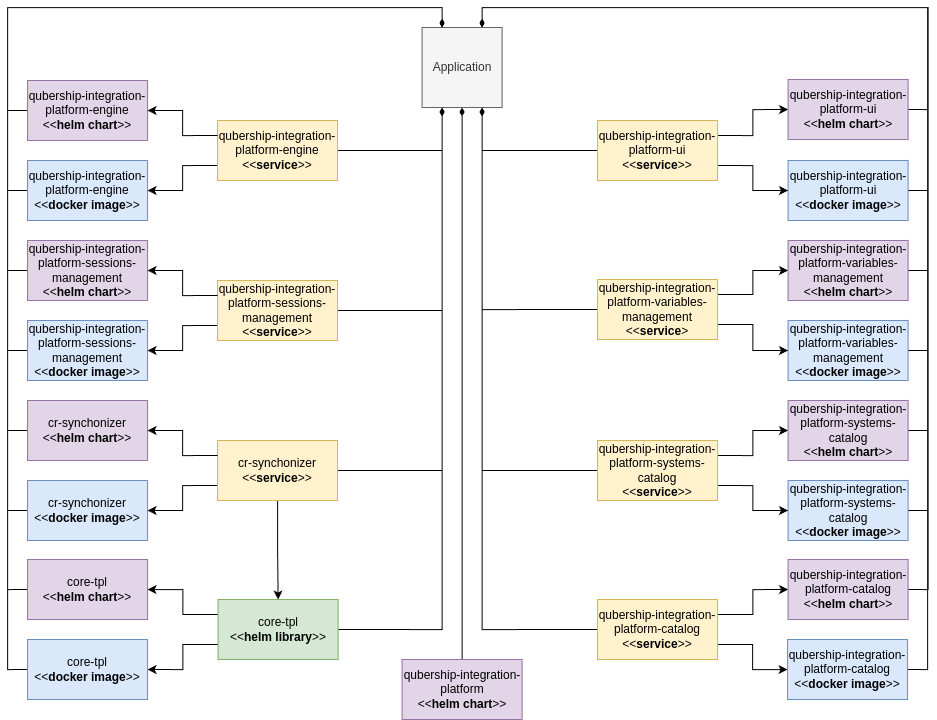
Before: docs/images/qip-application-manifest.drawio.png, a diagram exported from draw.io (sivareddyit/qubership-envgene). Source tidied: cells renumbered, new cells last; positions are measured from the earlier drawing's top-left corner, leaving out a move shared by most shapes.
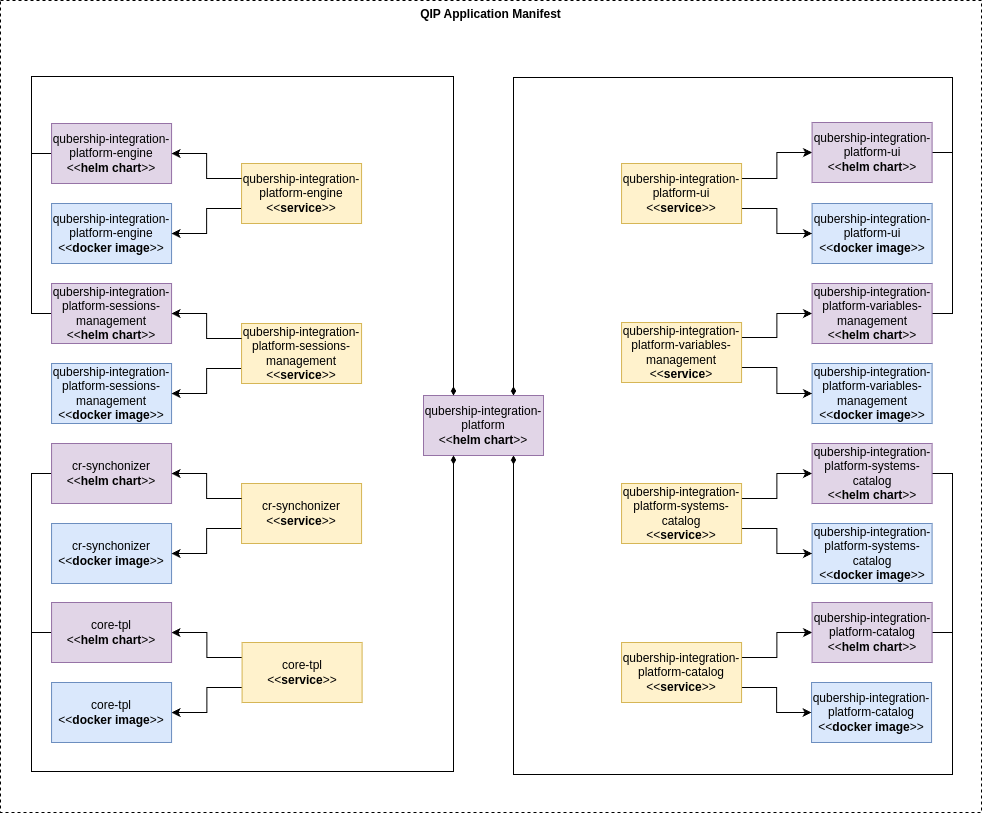
After the change.

Diff of the diagram source:
```diff
@@ -4,5 +4,5 @@
     <mxCell id="1" parent="0" />
-    <mxCell id="2" style="edgeStyle=orthogonalEdgeStyle;rounded=0;jettySize=auto;html=1;exitX=1;exitY=0.5;exitDx=0;exitDy=0;entryX=0.75;entryY=0;entryDx=0;entryDy=0;endArrow=diamondThin;endFill=1;" parent="1" edge="1" source="3" target="67">
-      <mxGeometry relative="1" as="geometry" />
-    </mxCell>
+    <mxCell id="70" value="&lt;b&gt;QIP Application Manifest&lt;/b&gt;" style="rounded=0;whiteSpace=wrap;html=1;verticalAlign=top;fillColor=none;dashed=1;" parent="1" vertex="1">
+      <mxGeometry x="-51" y="-70" width="981" height="812" as="geometry" />
+    </mxCell>
     <mxCell id="3" value="&lt;div&gt;qubership-integration-platform-ui&lt;/div&gt;&amp;lt;&amp;lt;&lt;b&gt;docker image&lt;/b&gt;&amp;gt;&amp;gt;" style="rounded=0;whiteSpace=wrap;html=1;fillColor=#dae8fc;strokeColor=#6c8ebf;" parent="1" vertex="1">
@@ -13,5 +13,11 @@
     </mxCell>
-    <mxCell id="5" style="edgeStyle=orthogonalEdgeStyle;rounded=0;jettySize=auto;html=1;exitX=1;exitY=0.5;exitDx=0;exitDy=0;entryX=0.75;entryY=0;entryDx=0;entryDy=0;endArrow=diamondThin;endFill=1;" parent="1" edge="1" source="6" target="67">
-      <mxGeometry relative="1" as="geometry" />
-    </mxCell>
+    <mxCell id="71" style="edgeStyle=orthogonalEdgeStyle;rounded=0;jettySize=auto;html=1;exitX=1;exitY=0.5;exitDx=0;exitDy=0;entryX=0.75;entryY=0;entryDx=0;entryDy=0;endArrow=diamondThin;endFill=1;" parent="1" edge="1" source="6" target="42">
+      <mxGeometry relative="1" as="geometry">
+        <Array as="points">
+          <mxPoint x="901" y="82" />
+          <mxPoint x="901" y="7" />
+          <mxPoint x="462" y="7" />
+        </Array>
+      </mxGeometry>
+    </mxCell>
     <mxCell id="6" value="&lt;div&gt;qubership-integration-platform-ui&lt;/div&gt;&amp;lt;&amp;lt;&lt;b&gt;helm chart&lt;/b&gt;&amp;gt;&amp;gt;" style="rounded=0;whiteSpace=wrap;html=1;fillColor=#e1d5e7;strokeColor=#9673a6;" parent="1" vertex="1">
@@ -19,5 +25,2 @@
     </mxCell>
-    <mxCell id="7" style="edgeStyle=orthogonalEdgeStyle;rounded=0;jettySize=auto;html=1;exitX=1;exitY=0.5;exitDx=0;exitDy=0;entryX=0.75;entryY=0;entryDx=0;entryDy=0;endArrow=diamondThin;endFill=1;" parent="1" edge="1" source="8" target="67">
-      <mxGeometry relative="1" as="geometry" />
-    </mxCell>
     <mxCell id="8" value="&lt;div&gt;qubership-integration-platform-variables-management&lt;/div&gt;&amp;lt;&amp;lt;&lt;b&gt;docker image&lt;/b&gt;&amp;gt;&amp;gt;" style="rounded=0;whiteSpace=wrap;html=1;fillColor=#dae8fc;strokeColor=#6c8ebf;" parent="1" vertex="1">
@@ -28,5 +31,11 @@
     </mxCell>
-    <mxCell id="10" style="edgeStyle=orthogonalEdgeStyle;rounded=0;jettySize=auto;html=1;exitX=1;exitY=0.5;exitDx=0;exitDy=0;entryX=0.75;entryY=0;entryDx=0;entryDy=0;endArrow=diamondThin;endFill=1;" parent="1" edge="1" source="11" target="67">
-      <mxGeometry relative="1" as="geometry" />
-    </mxCell>
+    <mxCell id="72" style="edgeStyle=orthogonalEdgeStyle;rounded=0;jettySize=auto;html=1;exitX=1;exitY=0.5;exitDx=0;exitDy=0;entryX=0.75;entryY=0;entryDx=0;entryDy=0;endArrow=diamondThin;endFill=1;" parent="1" edge="1" source="11" target="42">
+      <mxGeometry relative="1" as="geometry">
+        <Array as="points">
+          <mxPoint x="901" y="243" />
+          <mxPoint x="901" y="7" />
+          <mxPoint x="462" y="7" />
+        </Array>
+      </mxGeometry>
+    </mxCell>
     <mxCell id="11" value="&lt;div&gt;qubership-integration-platform-variables-management&lt;/div&gt;&amp;lt;&amp;lt;&lt;b&gt;helm chart&lt;/b&gt;&amp;gt;&amp;gt;" style="rounded=0;whiteSpace=wrap;html=1;fillColor=#e1d5e7;strokeColor=#9673a6;" parent="1" vertex="1">
@@ -34,5 +43,2 @@
     </mxCell>
-    <mxCell id="12" style="edgeStyle=orthogonalEdgeStyle;rounded=0;jettySize=auto;html=1;exitX=1;exitY=0.5;exitDx=0;exitDy=0;entryX=0.75;entryY=0;entryDx=0;entryDy=0;endArrow=diamondThin;endFill=1;" parent="1" edge="1" source="13" target="67">
-      <mxGeometry relative="1" as="geometry" />
-    </mxCell>
     <mxCell id="13" value="&lt;div&gt;qubership-integration-platform-systems-catalog&lt;/div&gt;&amp;lt;&amp;lt;&lt;b&gt;docker image&lt;/b&gt;&amp;gt;&amp;gt;" style="rounded=0;whiteSpace=wrap;html=1;fillColor=#dae8fc;strokeColor=#6c8ebf;" parent="1" vertex="1">
@@ -43,5 +49,11 @@
     </mxCell>
-    <mxCell id="15" style="edgeStyle=orthogonalEdgeStyle;rounded=0;jettySize=auto;html=1;exitX=1;exitY=0.5;exitDx=0;exitDy=0;entryX=0.75;entryY=0;entryDx=0;entryDy=0;endArrow=diamondThin;endFill=1;" parent="1" edge="1" source="16" target="67">
-      <mxGeometry relative="1" as="geometry" />
-    </mxCell>
+    <mxCell id="73" style="edgeStyle=orthogonalEdgeStyle;rounded=0;jettySize=auto;html=1;exitX=1;exitY=0.5;exitDx=0;exitDy=0;entryX=0.75;entryY=1;entryDx=0;entryDy=0;endArrow=diamondThin;endFill=1;" parent="1" edge="1" source="16" target="42">
+      <mxGeometry relative="1" as="geometry">
+        <Array as="points">
+          <mxPoint x="901" y="403" />
+          <mxPoint x="901" y="704" />
+          <mxPoint x="462" y="704" />
+        </Array>
+      </mxGeometry>
+    </mxCell>
     <mxCell id="16" value="&lt;div&gt;qubership-integration-platform-systems-catalog&lt;/div&gt;&amp;lt;&amp;lt;&lt;b&gt;helm chart&lt;/b&gt;&amp;gt;&amp;gt;" style="rounded=0;whiteSpace=wrap;html=1;fillColor=#e1d5e7;strokeColor=#9673a6;" parent="1" vertex="1">
@@ -49,5 +61,2 @@
     </mxCell>
-    <mxCell id="17" style="edgeStyle=orthogonalEdgeStyle;rounded=0;jettySize=auto;html=1;exitX=1;exitY=0.5;exitDx=0;exitDy=0;entryX=0.75;entryY=0;entryDx=0;entryDy=0;endArrow=diamondThin;endFill=1;" parent="1" edge="1" source="18" target="67">
-      <mxGeometry relative="1" as="geometry" />
-    </mxCell>
     <mxCell id="18" value="&lt;div&gt;qubership-integration-platform-catalog&lt;/div&gt;&amp;lt;&amp;lt;&lt;b&gt;docker image&lt;/b&gt;&amp;gt;&amp;gt;" style="rounded=0;whiteSpace=wrap;html=1;fillColor=#dae8fc;strokeColor=#6c8ebf;" parent="1" vertex="1">
@@ -58,5 +67,11 @@
     </mxCell>
-    <mxCell id="20" style="edgeStyle=orthogonalEdgeStyle;rounded=0;jettySize=auto;html=1;exitX=1;exitY=0.5;exitDx=0;exitDy=0;entryX=0.75;entryY=0;entryDx=0;entryDy=0;endArrow=diamondThin;endFill=1;" parent="1" edge="1" source="21" target="67">
-      <mxGeometry relative="1" as="geometry" />
-    </mxCell>
+    <mxCell id="74" style="edgeStyle=orthogonalEdgeStyle;rounded=0;jettySize=auto;html=1;exitX=1;exitY=0.5;exitDx=0;exitDy=0;entryX=0.75;entryY=1;entryDx=0;entryDy=0;endArrow=diamondThin;endFill=1;" parent="1" edge="1" source="21" target="42">
+      <mxGeometry relative="1" as="geometry">
+        <Array as="points">
+          <mxPoint x="901" y="562" />
+          <mxPoint x="901" y="704" />
+          <mxPoint x="462" y="704" />
+        </Array>
+      </mxGeometry>
+    </mxCell>
     <mxCell id="21" value="&lt;div&gt;qubership-integration-platform-catalog&lt;/div&gt;&amp;lt;&amp;lt;&lt;b&gt;helm chart&lt;/b&gt;&amp;gt;&amp;gt;" style="rounded=0;whiteSpace=wrap;html=1;fillColor=#e1d5e7;strokeColor=#9673a6;" parent="1" vertex="1">
@@ -64,5 +79,2 @@
     </mxCell>
-    <mxCell id="22" style="edgeStyle=orthogonalEdgeStyle;rounded=0;jettySize=auto;html=1;exitX=0;exitY=0.5;exitDx=0;exitDy=0;entryX=0.25;entryY=0;entryDx=0;entryDy=0;endArrow=diamondThin;endFill=1;" parent="1" edge="1" source="23" target="67">
-      <mxGeometry relative="1" as="geometry" />
-    </mxCell>
     <mxCell id="23" value="&lt;div&gt;qubership-integration-platform-engine&lt;/div&gt;&amp;lt;&amp;lt;&lt;b&gt;docker image&lt;/b&gt;&amp;gt;&amp;gt;" style="rounded=0;whiteSpace=wrap;html=1;fillColor=#dae8fc;strokeColor=#6c8ebf;" parent="1" vertex="1">
@@ -70,5 +82,11 @@
     </mxCell>
-    <mxCell id="24" style="edgeStyle=orthogonalEdgeStyle;rounded=0;jettySize=auto;html=1;exitX=0;exitY=0.5;exitDx=0;exitDy=0;entryX=0.25;entryY=0;entryDx=0;entryDy=0;endArrow=diamondThin;endFill=1;" parent="1" edge="1" source="25" target="67">
-      <mxGeometry relative="1" as="geometry" />
-    </mxCell>
+    <mxCell id="75" style="edgeStyle=orthogonalEdgeStyle;rounded=0;jettySize=auto;html=1;exitX=0;exitY=0.5;exitDx=0;exitDy=0;entryX=0.25;entryY=0;entryDx=0;entryDy=0;endArrow=diamondThin;endFill=1;" parent="1" edge="1" source="25" target="42">
+      <mxGeometry relative="1" as="geometry">
+        <Array as="points">
+          <mxPoint x="-20" y="83" />
+          <mxPoint x="-20" y="6" />
+          <mxPoint x="402" y="6" />
+        </Array>
+      </mxGeometry>
+    </mxCell>
     <mxCell id="25" value="&lt;div&gt;qubership-integration-platform-engine&lt;/div&gt;&amp;lt;&amp;lt;&lt;b&gt;helm chart&lt;/b&gt;&amp;gt;&amp;gt;" style="rounded=0;whiteSpace=wrap;html=1;fillColor=#e1d5e7;strokeColor=#9673a6;" parent="1" vertex="1">
@@ -79,5 +97,2 @@
     </mxCell>
-    <mxCell id="27" style="edgeStyle=orthogonalEdgeStyle;rounded=0;jettySize=auto;html=1;exitX=0;exitY=0.5;exitDx=0;exitDy=0;entryX=0.75;entryY=1;entryDx=0;entryDy=0;endArrow=diamondThin;endFill=1;" parent="1" edge="1" source="28" target="67">
-      <mxGeometry relative="1" as="geometry" />
-    </mxCell>
     <mxCell id="28" value="&lt;div&gt;qubership-integration-platform-ui&lt;/div&gt;&amp;lt;&amp;lt;&lt;b&gt;service&lt;/b&gt;&amp;gt;&amp;gt;" style="rounded=0;whiteSpace=wrap;html=1;fillColor=#fff2cc;strokeColor=#d6b656;" parent="1" vertex="1">
@@ -88,5 +103,2 @@
     </mxCell>
-    <mxCell id="30" style="edgeStyle=orthogonalEdgeStyle;rounded=0;jettySize=auto;html=1;exitX=0;exitY=0.5;exitDx=0;exitDy=0;entryX=0.75;entryY=1;entryDx=0;entryDy=0;endArrow=diamondThin;endFill=1;" parent="1" edge="1" source="31" target="67">
-      <mxGeometry relative="1" as="geometry" />
-    </mxCell>
     <mxCell id="31" value="&lt;div&gt;qubership-integration-platform-variables-management&lt;/div&gt;&amp;lt;&amp;lt;&lt;b&gt;service&lt;/b&gt;&amp;gt;" style="rounded=0;whiteSpace=wrap;html=1;fillColor=#fff2cc;strokeColor=#d6b656;" parent="1" vertex="1">
@@ -97,5 +109,2 @@
     </mxCell>
-    <mxCell id="33" style="edgeStyle=orthogonalEdgeStyle;rounded=0;jettySize=auto;html=1;exitX=0;exitY=0.5;exitDx=0;exitDy=0;entryX=0.75;entryY=1;entryDx=0;entryDy=0;endArrow=diamondThin;endFill=1;" parent="1" edge="1" source="34" target="67">
-      <mxGeometry relative="1" as="geometry" />
-    </mxCell>
     <mxCell id="34" value="&lt;div&gt;qubership-integration-platform-systems-catalog&lt;/div&gt;&amp;lt;&amp;lt;&lt;b&gt;service&lt;/b&gt;&amp;gt;&amp;gt;" style="rounded=0;whiteSpace=wrap;html=1;fillColor=#fff2cc;strokeColor=#d6b656;" parent="1" vertex="1">
@@ -106,5 +115,2 @@
     </mxCell>
-    <mxCell id="36" style="edgeStyle=orthogonalEdgeStyle;rounded=0;jettySize=auto;html=1;exitX=0;exitY=0.5;exitDx=0;exitDy=0;entryX=0.75;entryY=1;entryDx=0;entryDy=0;endArrow=diamondThin;endFill=1;" parent="1" edge="1" source="37" target="67">
-      <mxGeometry relative="1" as="geometry" />
-    </mxCell>
     <mxCell id="37" value="&lt;div&gt;qubership-integration-platform-catalog&lt;/div&gt;&amp;lt;&amp;lt;&lt;b&gt;service&lt;/b&gt;&amp;gt;&amp;gt;" style="rounded=0;whiteSpace=wrap;html=1;fillColor=#fff2cc;strokeColor=#d6b656;" parent="1" vertex="1">
@@ -115,5 +121,2 @@
     </mxCell>
-    <mxCell id="39" style="edgeStyle=orthogonalEdgeStyle;rounded=0;jettySize=auto;html=1;exitX=1;exitY=0.5;exitDx=0;exitDy=0;entryX=0.25;entryY=1;entryDx=0;entryDy=0;endArrow=diamondThin;endFill=1;" parent="1" edge="1" source="40" target="67">
-      <mxGeometry relative="1" as="geometry" />
-    </mxCell>
     <mxCell id="40" value="&lt;div&gt;qubership-integration-platform-engine&lt;/div&gt;&amp;lt;&amp;lt;&lt;b&gt;service&lt;/b&gt;&amp;gt;&amp;gt;" style="rounded=0;whiteSpace=wrap;html=1;fillColor=#fff2cc;strokeColor=#d6b656;" parent="1" vertex="1">
@@ -121,7 +124,4 @@
     </mxCell>
-    <mxCell id="41" style="edgeStyle=orthogonalEdgeStyle;rounded=0;jettySize=auto;html=1;entryX=0.5;entryY=1;entryDx=0;entryDy=0;endArrow=diamondThin;endFill=1;" parent="1" edge="1" source="42" target="67">
-      <mxGeometry relative="1" as="geometry" />
-    </mxCell>
     <mxCell id="42" value="&lt;div&gt;qubership-integration-platform&lt;/div&gt;&amp;lt;&amp;lt;&lt;b&gt;helm chart&lt;/b&gt;&amp;gt;&amp;gt;" style="rounded=0;whiteSpace=wrap;html=1;fillColor=#e1d5e7;strokeColor=#9673a6;" parent="1" vertex="1">
-      <mxGeometry x="374.6" y="632" width="120" height="60" as="geometry" />
+      <mxGeometry x="372" y="325" width="120" height="60" as="geometry" />
     </mxCell>
@@ -133,11 +133,5 @@
     </mxCell>
-    <mxCell id="45" style="edgeStyle=orthogonalEdgeStyle;rounded=0;jettySize=auto;html=1;exitX=1;exitY=0.5;exitDx=0;exitDy=0;entryX=0.25;entryY=1;entryDx=0;entryDy=0;endArrow=diamondThin;endFill=1;" parent="1" edge="1" source="46" target="67">
-      <mxGeometry relative="1" as="geometry" />
-    </mxCell>
-    <mxCell id="46" value="&lt;div&gt;core-tpl&lt;/div&gt;&amp;lt;&amp;lt;&lt;b&gt;helm library&lt;/b&gt;&amp;gt;&amp;gt;" style="rounded=0;whiteSpace=wrap;html=1;fillColor=#d5e8d4;strokeColor=#82b366;" parent="1" vertex="1">
+    <mxCell id="46" value="&lt;div&gt;core-tpl&lt;/div&gt;&amp;lt;&amp;lt;&lt;b&gt;service&lt;/b&gt;&amp;gt;&amp;gt;" style="rounded=0;whiteSpace=wrap;html=1;fillColor=#fff2cc;strokeColor=#d6b656;" parent="1" vertex="1">
       <mxGeometry x="190.6" y="572" width="120" height="60" as="geometry" />
     </mxCell>
-    <mxCell id="47" style="edgeStyle=orthogonalEdgeStyle;rounded=0;jettySize=auto;html=1;exitX=0;exitY=0.5;exitDx=0;exitDy=0;entryX=0.25;entryY=0;entryDx=0;entryDy=0;endArrow=diamondThin;endFill=1;" parent="1" edge="1" source="48" target="67">
-      <mxGeometry relative="1" as="geometry" />
-    </mxCell>
     <mxCell id="48" value="&lt;div&gt;core-tpl&lt;/div&gt;&amp;lt;&amp;lt;&lt;b&gt;docker image&lt;/b&gt;&amp;gt;&amp;gt;" style="rounded=0;whiteSpace=wrap;html=1;fillColor=#dae8fc;strokeColor=#6c8ebf;" parent="1" vertex="1">
@@ -148,5 +142,2 @@
     </mxCell>
-    <mxCell id="50" style="edgeStyle=orthogonalEdgeStyle;rounded=0;jettySize=auto;html=1;exitX=0;exitY=0.5;exitDx=0;exitDy=0;entryX=0.25;entryY=0;entryDx=0;entryDy=0;endArrow=diamondThin;endFill=1;" parent="1" edge="1" source="51" target="67">
-      <mxGeometry relative="1" as="geometry" />
-    </mxCell>
     <mxCell id="51" value="&lt;div&gt;qubership-integration-platform-sessions-management&lt;/div&gt;&amp;lt;&amp;lt;&lt;b&gt;docker image&lt;/b&gt;&amp;gt;&amp;gt;" style="rounded=0;whiteSpace=wrap;html=1;fillColor=#dae8fc;strokeColor=#6c8ebf;" parent="1" vertex="1">
@@ -154,5 +145,11 @@
     </mxCell>
-    <mxCell id="52" style="edgeStyle=orthogonalEdgeStyle;rounded=0;jettySize=auto;html=1;exitX=0;exitY=0.5;exitDx=0;exitDy=0;entryX=0.25;entryY=0;entryDx=0;entryDy=0;endArrow=diamondThin;endFill=1;" parent="1" edge="1" source="53" target="67">
-      <mxGeometry relative="1" as="geometry" />
-    </mxCell>
+    <mxCell id="76" style="edgeStyle=orthogonalEdgeStyle;rounded=0;jettySize=auto;html=1;exitX=0;exitY=0.5;exitDx=0;exitDy=0;entryX=0.25;entryY=0;entryDx=0;entryDy=0;endArrow=diamondThin;endFill=1;" parent="1" edge="1" source="53" target="42">
+      <mxGeometry relative="1" as="geometry">
+        <Array as="points">
+          <mxPoint x="-20" y="243" />
+          <mxPoint x="-20" y="6" />
+          <mxPoint x="402" y="6" />
+        </Array>
+      </mxGeometry>
+    </mxCell>
     <mxCell id="53" value="&lt;div&gt;qubership-integration-platform-sessions-management&lt;/div&gt;&amp;lt;&amp;lt;&lt;b&gt;helm chart&lt;/b&gt;&amp;gt;&amp;gt;" style="rounded=0;whiteSpace=wrap;html=1;fillColor=#e1d5e7;strokeColor=#9673a6;" parent="1" vertex="1">
@@ -163,5 +160,2 @@
     </mxCell>
-    <mxCell id="55" style="edgeStyle=orthogonalEdgeStyle;rounded=0;jettySize=auto;html=1;exitX=1;exitY=0.5;exitDx=0;exitDy=0;entryX=0.25;entryY=1;entryDx=0;entryDy=0;endArrow=diamondThin;endFill=1;" parent="1" edge="1" source="56" target="67">
-      <mxGeometry relative="1" as="geometry" />
-    </mxCell>
     <mxCell id="56" value="&lt;div&gt;qubership-integration-platform-sessions-management&lt;/div&gt;&amp;lt;&amp;lt;&lt;b&gt;service&lt;/b&gt;&amp;gt;&amp;gt;" style="rounded=0;whiteSpace=wrap;html=1;fillColor=#fff2cc;strokeColor=#d6b656;" parent="1" vertex="1">
@@ -172,5 +166,2 @@
     </mxCell>
-    <mxCell id="58" style="edgeStyle=orthogonalEdgeStyle;rounded=0;jettySize=auto;html=1;exitX=0;exitY=0.5;exitDx=0;exitDy=0;entryX=0.25;entryY=0;entryDx=0;entryDy=0;endArrow=diamondThin;endFill=1;" parent="1" edge="1" source="59" target="67">
-      <mxGeometry relative="1" as="geometry" />
-    </mxCell>
     <mxCell id="59" value="&lt;div&gt;&lt;div&gt;cr-synchonizer&lt;/div&gt;&lt;/div&gt;&amp;lt;&amp;lt;&lt;b&gt;docker image&lt;/b&gt;&amp;gt;&amp;gt;" style="rounded=0;whiteSpace=wrap;html=1;fillColor=#dae8fc;strokeColor=#6c8ebf;" parent="1" vertex="1">
@@ -178,5 +169,11 @@
     </mxCell>
-    <mxCell id="60" style="edgeStyle=orthogonalEdgeStyle;rounded=0;jettySize=auto;html=1;exitX=0;exitY=0.5;exitDx=0;exitDy=0;entryX=0.25;entryY=0;entryDx=0;entryDy=0;endArrow=diamondThin;endFill=1;" parent="1" edge="1" source="61" target="67">
-      <mxGeometry relative="1" as="geometry" />
-    </mxCell>
+    <mxCell id="77" style="edgeStyle=orthogonalEdgeStyle;rounded=0;jettySize=auto;html=1;exitX=0;exitY=0.5;exitDx=0;exitDy=0;entryX=0.25;entryY=1;entryDx=0;entryDy=0;endArrow=diamondThin;endFill=1;" parent="1" edge="1" source="61" target="42">
+      <mxGeometry relative="1" as="geometry">
+        <Array as="points">
+          <mxPoint x="-20" y="403" />
+          <mxPoint x="-20" y="701" />
+          <mxPoint x="402" y="701" />
+        </Array>
+      </mxGeometry>
+    </mxCell>
     <mxCell id="61" value="&lt;div&gt;cr-synchonizer&lt;/div&gt;&amp;lt;&amp;lt;&lt;b&gt;helm chart&lt;/b&gt;&amp;gt;&amp;gt;" style="rounded=0;whiteSpace=wrap;html=1;fillColor=#e1d5e7;strokeColor=#9673a6;" parent="1" vertex="1">
@@ -187,8 +184,2 @@
     </mxCell>
-    <mxCell id="63" style="edgeStyle=orthogonalEdgeStyle;rounded=0;jettySize=auto;html=1;exitX=1;exitY=0.5;exitDx=0;exitDy=0;entryX=0.25;entryY=1;entryDx=0;entryDy=0;endArrow=diamondThin;endFill=1;" parent="1" edge="1" source="65" target="67">
-      <mxGeometry relative="1" as="geometry" />
-    </mxCell>
-    <mxCell id="64" style="edgeStyle=orthogonalEdgeStyle;rounded=0;jettySize=auto;html=1;" parent="1" edge="1" source="65" target="46">
-      <mxGeometry relative="1" as="geometry" />
-    </mxCell>
     <mxCell id="65" value="&lt;div&gt;cr-synchonizer&lt;/div&gt;&amp;lt;&amp;lt;&lt;b&gt;service&lt;/b&gt;&amp;gt;&amp;gt;" style="rounded=0;whiteSpace=wrap;html=1;fillColor=#fff2cc;strokeColor=#d6b656;" parent="1" vertex="1">
@@ -199,8 +190,11 @@
     </mxCell>
-    <mxCell id="67" value="Application" style="whiteSpace=wrap;html=1;fillColor=#f5f5f5;fontColor=#333333;strokeColor=#666666;" parent="1" vertex="1">
-      <mxGeometry x="394.6" width="80" height="80" as="geometry" />
-    </mxCell>
-    <mxCell id="68" style="edgeStyle=orthogonalEdgeStyle;rounded=0;jettySize=auto;html=1;exitX=0;exitY=0.5;exitDx=0;exitDy=0;entryX=0.25;entryY=0;entryDx=0;entryDy=0;endArrow=diamondThin;endFill=1;" parent="1" edge="1" source="69" target="67">
-      <mxGeometry relative="1" as="geometry" />
-    </mxCell>
+    <mxCell id="78" style="edgeStyle=orthogonalEdgeStyle;rounded=0;jettySize=auto;html=1;exitX=0;exitY=0.5;exitDx=0;exitDy=0;entryX=0.25;entryY=1;entryDx=0;entryDy=0;endArrow=diamondThin;endFill=1;" parent="1" edge="1" source="69" target="42">
+      <mxGeometry relative="1" as="geometry">
+        <Array as="points">
+          <mxPoint x="-20" y="562" />
+          <mxPoint x="-20" y="701" />
+          <mxPoint x="402" y="701" />
+        </Array>
+      </mxGeometry>
+    </mxCell>
     <mxCell id="69" value="&lt;div&gt;&lt;div&gt;core-tpl&lt;/div&gt;&lt;/div&gt;&amp;lt;&amp;lt;&lt;b style=&quot;background-color: transparent; color: light-dark(rgb(0, 0, 0), rgb(255, 255, 255));&quot;&gt;helm chart&lt;/b&gt;&lt;span style=&quot;background-color: transparent; color: light-dark(rgb(0, 0, 0), rgb(255, 255, 255));&quot;&gt;&amp;gt;&amp;gt;&lt;/span&gt;" style="rounded=0;whiteSpace=wrap;html=1;fillColor=#e1d5e7;strokeColor=#9673a6;" parent="1" vertex="1">
```
